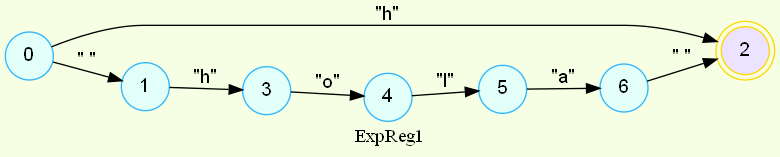
Earlier version of the Graphviz export AFD_202000119/ExpReg1.png (SergieArizandieta/OLC1-P1-202000119). Its source is kept beside it as AFD_202000119/ExpReg1.dot.
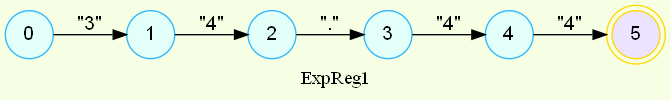
Later version of the same file.

What changed in the source:
```diff
@@ -3,14 +3,12 @@
 	node [fontname="Helvetica,Arial,sans-serif" ]
 	edge [fontname="Helvetica,Arial,sans-serif"]
 	rankdir=LR;
-	node [shape = doublecircle, color = gold fillcolor="#EBE3FF" style =filled];2;
+	node [shape = doublecircle, color = gold fillcolor="#EBE3FF" style =filled];5;
 	node [shape = circle, color = "#2CB5FF" fillcolor="#E3FFFA" style =filled];
 
-0->1[label = "\" \""];
-0->2[label = "\"h\""];
-1->3[label = "\"h\""];
-3->4[label = "\"o\""];
-4->5[label = "\"l\""];
-5->6[label = "\"a\""];
-6->2[label = "\" \""];
+0->1[label = "\"3\""];
+1->2[label = "\"4\""];
+2->3[label = "\".\""];
+3->4[label = "\"4\""];
+4->5[label = "\"4\""];
 label= ExpReg1}
```
